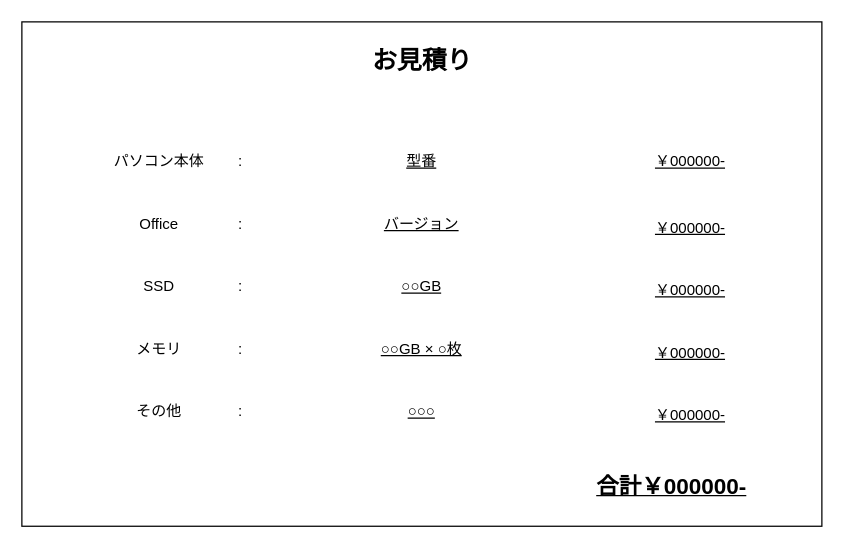
Before: page "S10-02 お客様用見積画面" (2 of 11) of 各種設計書/6.画面設計書/店舗一覧.drawio in HaruShim/Sotuken, a draw.io diagram. Source tidied: cells renumbered, new cells numbered last; positions are measured from the earlier drawing's top-left corner, leaving out a move shared by most shapes. Both pictures are drawn from the tidied source at 125%, with x=0, y=0 at pixel (21, 21). Pictures stored in the file or linked from it are replaced by grey dashed boxes.
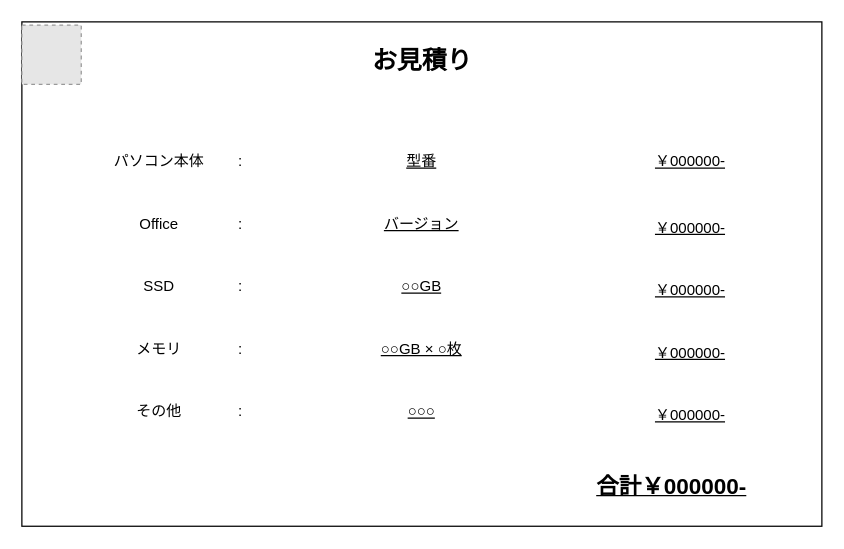
After the change.

What changed in the source:
```diff
@@
+    <mxCell id="25" style="fillColor=#E6E6E6;strokeColor=#999999;dashed=1;html=1;verticalAlign=top;verticalLabelPosition=bottom;labelBackgroundColor=#ffffff;" parent="1" vertex="1">
+      <mxGeometry y="2.5" width="47.5" height="47.5" as="geometry" />
+    </mxCell>
```
